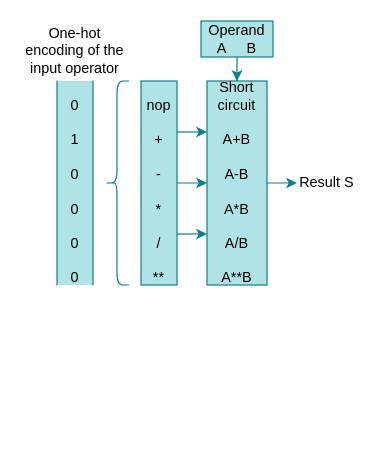
The draw.io diagram page "运算符解码-翻译" (8 of 14) of 未命名绘图.drawio in zzc-1024/alu.draw.io, before the edit. Source tidied: cells renumbered, new cells numbered last; positions are measured from the earlier drawing's top-left corner, leaving out a move shared by most shapes. Both pictures are drawn from the tidied source at 120%, with x=0, y=0 at pixel (20, 20).
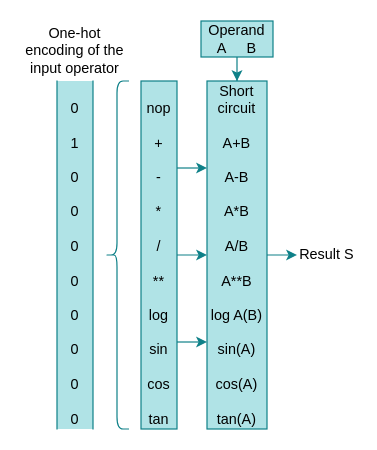
The same diagram, later.

What changed in the source:
```diff
@@
 <mxGraphModel>
   <root>
     <mxCell id="0" />
     <mxCell id="1" parent="0" />
     <mxCell id="2" style="edgeStyle=orthogonalEdgeStyle;rounded=0;jettySize=auto;html=1;fillColor=#b0e3e6;strokeColor=#0e8088;" parent="1" edge="1" source="10" target="6">
       <mxGeometry relative="1" as="geometry" />
     </mxCell>
     <mxCell id="3" style="edgeStyle=orthogonalEdgeStyle;rounded=0;jettySize=auto;html=1;fillColor=#b0e3e6;strokeColor=#0e8088;" parent="1" edge="1" source="4" target="10">
       <mxGeometry relative="1" as="geometry" />
     </mxCell>
     <mxCell id="4" value="Operand&lt;br&gt;&lt;div&gt;A&amp;nbsp; &amp;nbsp; &amp;nbsp;B&lt;/div&gt;" style="text;html=1;align=center;verticalAlign=middle;whiteSpace=wrap;rounded=0;fillColor=#b0e3e6;strokeColor=#0e8088;" parent="1" vertex="1">
       <mxGeometry x="150" width="60" height="30" as="geometry" />
     </mxCell>
     <mxCell id="5" value="One-hot encoding of the input operator" style="text;html=1;align=center;verticalAlign=middle;whiteSpace=wrap;rounded=0;fillColor=none;" parent="1" vertex="1">
       <mxGeometry y="10" width="90" height="30" as="geometry" />
     </mxCell>
     <mxCell id="6" value="Result S" style="text;html=1;align=center;verticalAlign=middle;whiteSpace=wrap;rounded=0;fillColor=none;" parent="1" vertex="1">
-      <mxGeometry x="230" y="120" width="50" height="30" as="geometry" />
+      <mxGeometry x="230" y="180" width="50" height="30" as="geometry" />
     </mxCell>
     <mxCell id="7" style="shape=curlyBracket;whiteSpace=wrap;html=1;rounded=1;labelPosition=left;verticalLabelPosition=middle;align=right;verticalAlign=middle;fillColor=#b0e3e6;strokeColor=#0e8088;" parent="1" vertex="1">
-      <mxGeometry x="70" y="50" width="20" height="170" as="geometry" />
+      <mxGeometry x="70" y="50" width="20" height="290" as="geometry" />
     </mxCell>
-    <mxCell id="8" value="&lt;div&gt;&lt;br&gt;&lt;/div&gt;0&lt;div&gt;&lt;br&gt;&lt;div&gt;1&lt;/div&gt;&lt;div&gt;&lt;br&gt;&lt;/div&gt;&lt;div&gt;0&lt;/div&gt;&lt;div&gt;&lt;br&gt;&lt;/div&gt;&lt;div&gt;0&lt;/div&gt;&lt;div&gt;&lt;br&gt;&lt;/div&gt;&lt;div&gt;0&lt;/div&gt;&lt;div&gt;&lt;br&gt;&lt;/div&gt;&lt;div&gt;0&lt;/div&gt;&lt;/div&gt;" style="shape=partialRectangle;whiteSpace=wrap;html=1;bottom=0;top=0;fillColor=#b0e3e6;strokeColor=#0e8088;" parent="1" vertex="1">
-      <mxGeometry x="30" y="50" width="30" height="170" as="geometry" />
+    <mxCell id="8" value="&lt;div&gt;&lt;br&gt;&lt;/div&gt;0&lt;div&gt;&lt;br&gt;&lt;div&gt;1&lt;/div&gt;&lt;div&gt;&lt;br&gt;&lt;/div&gt;&lt;div&gt;0&lt;/div&gt;&lt;div&gt;&lt;br&gt;&lt;/div&gt;&lt;div&gt;0&lt;/div&gt;&lt;div&gt;&lt;br&gt;&lt;/div&gt;&lt;div&gt;0&lt;/div&gt;&lt;div&gt;&lt;br&gt;&lt;/div&gt;&lt;div&gt;0&lt;/div&gt;&lt;/div&gt;&lt;div&gt;&lt;br&gt;&lt;/div&gt;&lt;div&gt;0&lt;/div&gt;&lt;div&gt;&lt;br&gt;&lt;/div&gt;&lt;div&gt;0&lt;/div&gt;&lt;div&gt;&lt;br&gt;&lt;/div&gt;&lt;div&gt;0&lt;/div&gt;&lt;div&gt;&lt;br&gt;&lt;/div&gt;&lt;div&gt;0&lt;/div&gt;" style="shape=partialRectangle;whiteSpace=wrap;html=1;bottom=0;top=0;fillColor=#b0e3e6;strokeColor=#0e8088;" parent="1" vertex="1">
+      <mxGeometry x="30" y="50" width="30" height="290" as="geometry" />
     </mxCell>
-    <mxCell id="9" value="&lt;div&gt;&lt;br&gt;&lt;/div&gt;&lt;div&gt;nop&lt;/div&gt;&lt;div&gt;&lt;br&gt;&lt;/div&gt;+&lt;div&gt;&lt;br&gt;&lt;/div&gt;&lt;div&gt;-&lt;/div&gt;&lt;div&gt;&lt;br&gt;&lt;/div&gt;&lt;div&gt;*&lt;/div&gt;&lt;div&gt;&lt;br&gt;&lt;/div&gt;&lt;div&gt;/&lt;/div&gt;&lt;div&gt;&lt;br&gt;&lt;/div&gt;&lt;div&gt;**&lt;/div&gt;" style="text;html=1;align=center;verticalAlign=middle;whiteSpace=wrap;rounded=0;fillColor=#b0e3e6;strokeColor=#0e8088;" parent="1" vertex="1">
-      <mxGeometry x="100" y="50" width="30" height="170" as="geometry" />
+    <mxCell id="9" value="&lt;div&gt;&lt;br&gt;&lt;/div&gt;&lt;div&gt;nop&lt;/div&gt;&lt;div&gt;&lt;br&gt;&lt;/div&gt;+&lt;div&gt;&lt;br&gt;&lt;/div&gt;&lt;div&gt;-&lt;/div&gt;&lt;div&gt;&lt;br&gt;&lt;/div&gt;&lt;div&gt;*&lt;/div&gt;&lt;div&gt;&lt;br&gt;&lt;/div&gt;&lt;div&gt;/&lt;/div&gt;&lt;div&gt;&lt;br&gt;&lt;/div&gt;&lt;div&gt;**&lt;/div&gt;&lt;div&gt;&lt;br&gt;&lt;/div&gt;&lt;div&gt;log&lt;/div&gt;&lt;div&gt;&lt;br&gt;&lt;/div&gt;&lt;div&gt;sin&lt;/div&gt;&lt;div&gt;&lt;br&gt;&lt;/div&gt;&lt;div&gt;cos&lt;/div&gt;&lt;div&gt;&lt;br&gt;&lt;/div&gt;&lt;div&gt;tan&lt;/div&gt;" style="text;html=1;align=center;verticalAlign=middle;whiteSpace=wrap;rounded=0;fillColor=#b0e3e6;strokeColor=#0e8088;" parent="1" vertex="1">
+      <mxGeometry x="100" y="50" width="30" height="290" as="geometry" />
     </mxCell>
-    <mxCell id="10" value="&lt;div&gt;Short circuit&lt;/div&gt;&lt;div&gt;&lt;br&gt;&lt;/div&gt;A+B&lt;div&gt;&lt;br&gt;&lt;/div&gt;&lt;div&gt;A-B&lt;/div&gt;&lt;div&gt;&lt;br&gt;&lt;/div&gt;&lt;div&gt;A*B&lt;/div&gt;&lt;div&gt;&lt;br&gt;&lt;/div&gt;&lt;div&gt;A/B&lt;/div&gt;&lt;div&gt;&lt;br&gt;&lt;/div&gt;&lt;div&gt;A**B&lt;/div&gt;" style="text;html=1;align=center;verticalAlign=middle;whiteSpace=wrap;rounded=0;fillColor=#b0e3e6;strokeColor=#0e8088;" parent="1" vertex="1">
-      <mxGeometry x="155" y="50" width="50" height="170" as="geometry" />
+    <mxCell id="10" value="&lt;div&gt;Short circuit&lt;/div&gt;&lt;div&gt;&lt;br&gt;&lt;/div&gt;A+B&lt;div&gt;&lt;br&gt;&lt;/div&gt;&lt;div&gt;A-B&lt;/div&gt;&lt;div&gt;&lt;br&gt;&lt;/div&gt;&lt;div&gt;A*B&lt;/div&gt;&lt;div&gt;&lt;br&gt;&lt;/div&gt;&lt;div&gt;A/B&lt;/div&gt;&lt;div&gt;&lt;br&gt;&lt;/div&gt;&lt;div&gt;A**B&lt;/div&gt;&lt;div&gt;&lt;br&gt;&lt;/div&gt;&lt;div&gt;log A(B)&lt;/div&gt;&lt;div&gt;&lt;br&gt;&lt;/div&gt;&lt;div&gt;sin(A)&lt;/div&gt;&lt;div&gt;&lt;br&gt;&lt;/div&gt;&lt;div&gt;cos(A)&lt;/div&gt;&lt;div&gt;&lt;br&gt;&lt;/div&gt;&lt;div&gt;tan(A)&lt;/div&gt;" style="text;html=1;align=center;verticalAlign=middle;whiteSpace=wrap;rounded=0;fillColor=#b0e3e6;strokeColor=#0e8088;" parent="1" vertex="1">
+      <mxGeometry x="155" y="50" width="50" height="290" as="geometry" />
     </mxCell>
     <mxCell id="11" style="edgeStyle=orthogonalEdgeStyle;rounded=0;jettySize=auto;html=1;fillColor=#b0e3e6;strokeColor=#0e8088;" parent="1" edge="1" source="9" target="10">
       <mxGeometry relative="1" as="geometry" />
     </mxCell>
     <mxCell id="12" style="edgeStyle=orthogonalEdgeStyle;rounded=0;jettySize=auto;html=1;exitX=1;exitY=0.25;exitDx=0;exitDy=0;entryX=0;entryY=0.25;entryDx=0;entryDy=0;fillColor=#b0e3e6;strokeColor=#0e8088;" parent="1" edge="1" source="9" target="10">
       <mxGeometry relative="1" as="geometry" />
     </mxCell>
     <mxCell id="13" style="edgeStyle=orthogonalEdgeStyle;rounded=0;jettySize=auto;html=1;exitX=1;exitY=0.75;exitDx=0;exitDy=0;entryX=0;entryY=0.75;entryDx=0;entryDy=0;fillColor=#b0e3e6;strokeColor=#0e8088;" parent="1" edge="1" source="9" target="10">
       <mxGeometry relative="1" as="geometry" />
     </mxCell>
   </root>
 </mxGraphModel>
```
